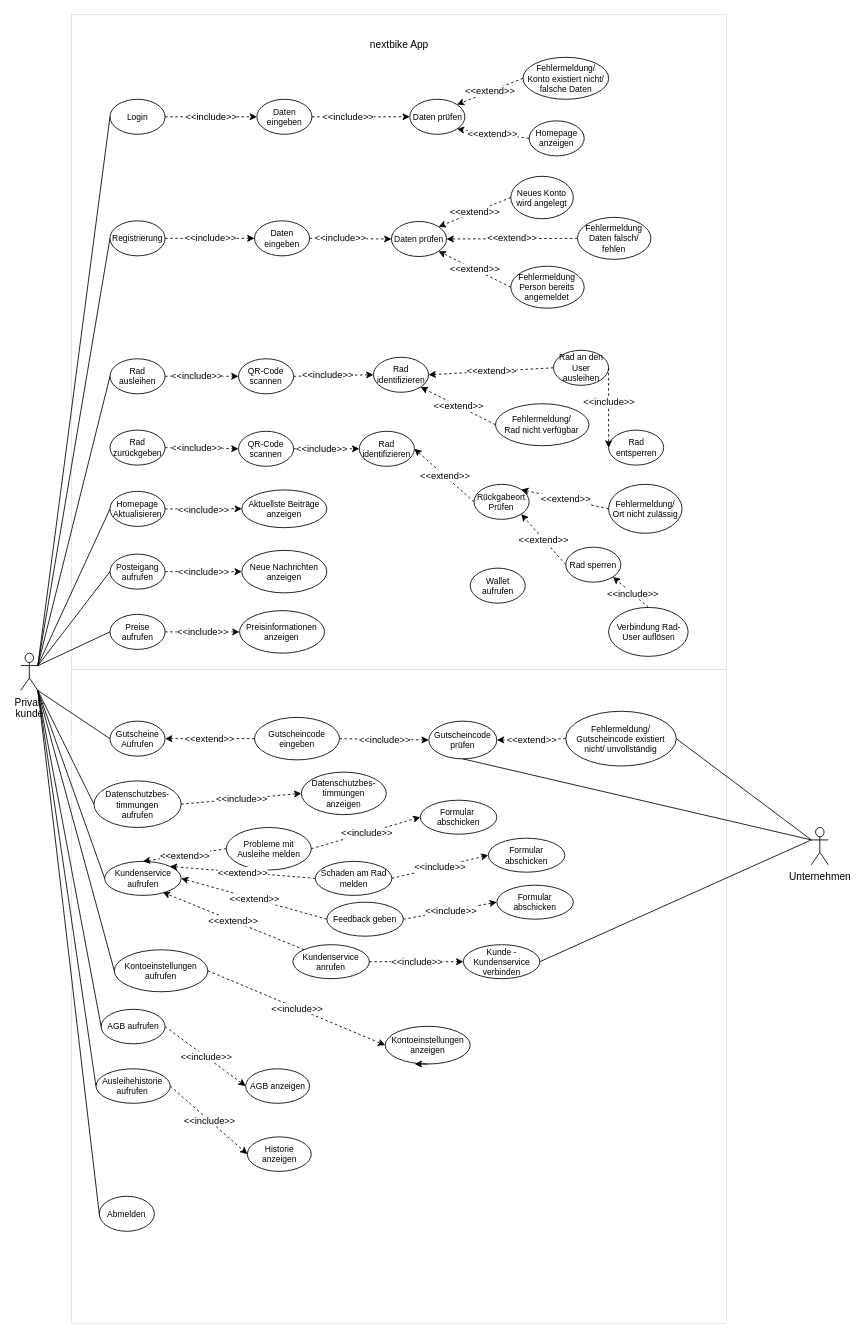
Earlier version of the draw.io diagram MetropolRadRuhr_UseCasesDiagram.drawio (anakelm/personal). Source tidied: cells renumbered, new cells numbered last; positions are measured from the earlier drawing's top-left corner, leaving out a move shared by most shapes. Both pictures are drawn from the tidied source at 85%, with x=0, y=0 at pixel (20, 14).
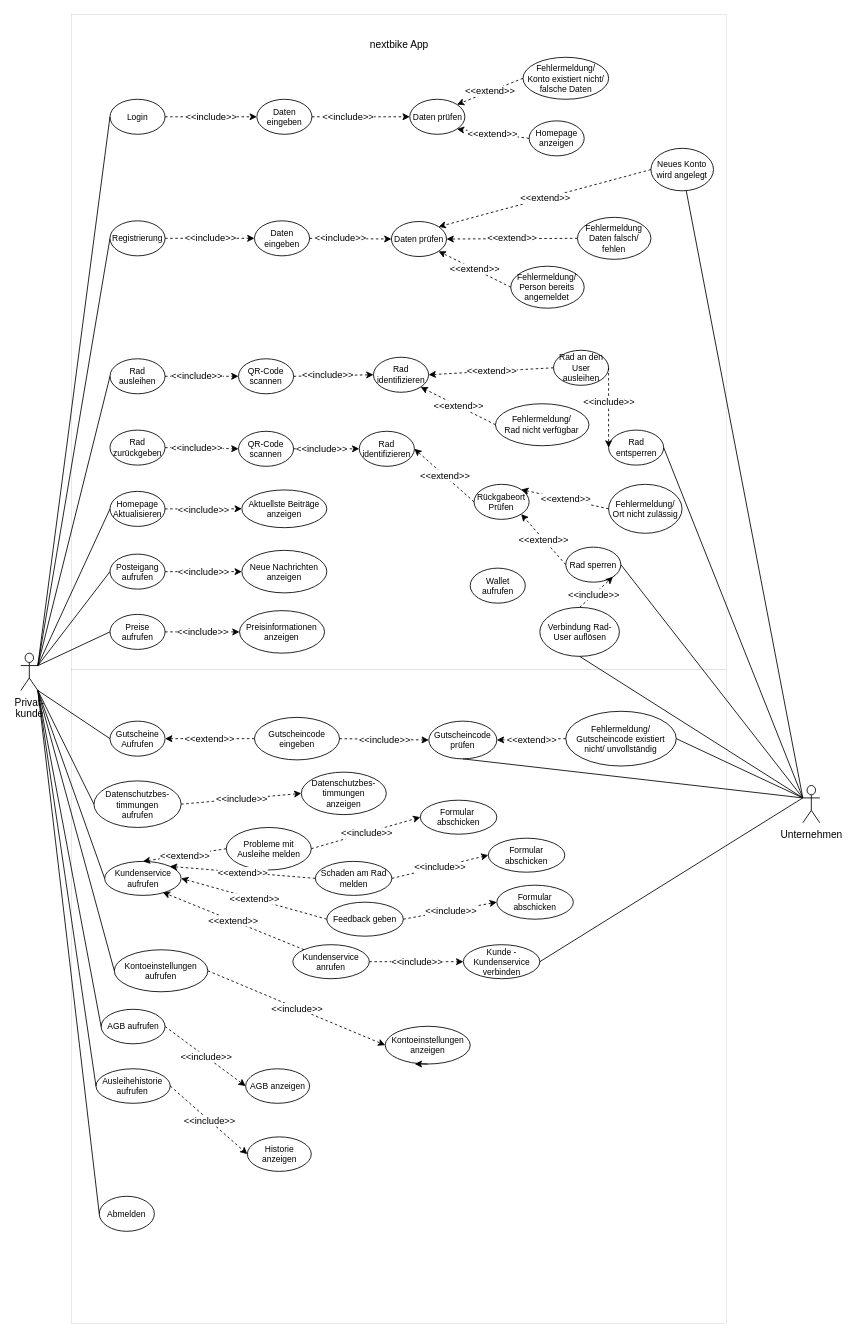
Above is the later version.

Unchanged cells that the change refers to:
```xml
<mxCell id="21" value="Rad entsperren" style="ellipse;whiteSpace=wrap;html=1;fontSize=10;" parent="16" vertex="1">
  <mxGeometry x="586.6" y="93.9" width="64.8" height="41.2" as="geometry" />
</mxCell>
<mxCell id="125" value="Rad sperren" style="ellipse;whiteSpace=wrap;html=1;fontSize=10;" parent="1" vertex="1">
  <mxGeometry x="641.1" y="626.2" width="64.8" height="41.2" as="geometry" />
</mxCell>
```

What changed in the source:
```diff
@@
     <mxCell id="38" value="Neues Konto wird angelegt" style="ellipse;whiteSpace=wrap;html=1;fontSize=10;" parent="1" vertex="1">
-      <mxGeometry x="576.4" y="189.9" width="73.6" height="50" as="geometry" />
+      <mxGeometry x="741.3" y="157" width="73.6" height="50" as="geometry" />
     </mxCell>
@@
-    <mxCell id="41" value="Fehlermeldung&lt;br style=&quot;font-size: 10px;&quot;&gt;Person bereits angemeldet" style="ellipse;whiteSpace=wrap;html=1;fontSize=10;" parent="1" vertex="1">
+    <mxCell id="41" value="Fehlermeldung/&lt;br style=&quot;font-size: 10px;&quot;&gt;Person bereits angemeldet" style="ellipse;whiteSpace=wrap;html=1;fontSize=10;" parent="1" vertex="1">
       <mxGeometry x="576.4" y="295.7" width="86.4" height="49.4" as="geometry" />
     </mxCell>
@@
     <mxCell id="59" value="Unternehmen" style="shape=umlActor;verticalLabelPosition=bottom;verticalAlign=top;html=1;outlineConnect=0;" parent="1" vertex="1">
-      <mxGeometry x="930" y="956" width="20" height="43.9" as="geometry" />
+      <mxGeometry x="920" y="906.6" width="20" height="43.9" as="geometry" />
     </mxCell>
@@
     <mxCell id="124" value="Verbindung Rad-User auflösen" style="ellipse;whiteSpace=wrap;html=1;fontSize=10;" parent="1" vertex="1">
-      <mxGeometry x="691.5" y="697.1" width="93.6" height="57.6" as="geometry" />
+      <mxGeometry x="610.6" y="697.1" width="93.6" height="57.6" as="geometry" />
     </mxCell>
@@
+    <mxCell id="135" style="endArrow=none;html=1;rounded=0;entryX=0;entryY=0.3333333333333333;entryDx=0;entryDy=0;entryPerimeter=0;exitX=0.5;exitY=1;exitDx=0;exitDy=0;" parent="1" edge="1" source="124" target="59">
+      <mxGeometry relative="1" as="geometry" />
+    </mxCell>
+    <mxCell id="136" style="endArrow=none;html=1;rounded=0;entryX=0;entryY=0.3333333333333333;entryDx=0;entryDy=0;entryPerimeter=0;exitX=1;exitY=0.5;exitDx=0;exitDy=0;" parent="1" edge="1" source="21" target="59">
+      <mxGeometry relative="1" as="geometry" />
+    </mxCell>
+    <mxCell id="137" style="endArrow=none;html=1;rounded=0;entryX=0;entryY=0.3333333333333333;entryDx=0;entryDy=0;entryPerimeter=0;" parent="1" edge="1" source="38" target="59">
+      <mxGeometry relative="1" as="geometry" />
+    </mxCell>
+    <mxCell id="138" style="endArrow=none;html=1;rounded=0;entryX=0;entryY=0.3333333333333333;entryDx=0;entryDy=0;entryPerimeter=0;exitX=1;exitY=0.5;exitDx=0;exitDy=0;" parent="1" edge="1" source="125" target="59">
+      <mxGeometry relative="1" as="geometry" />
+    </mxCell>
```
